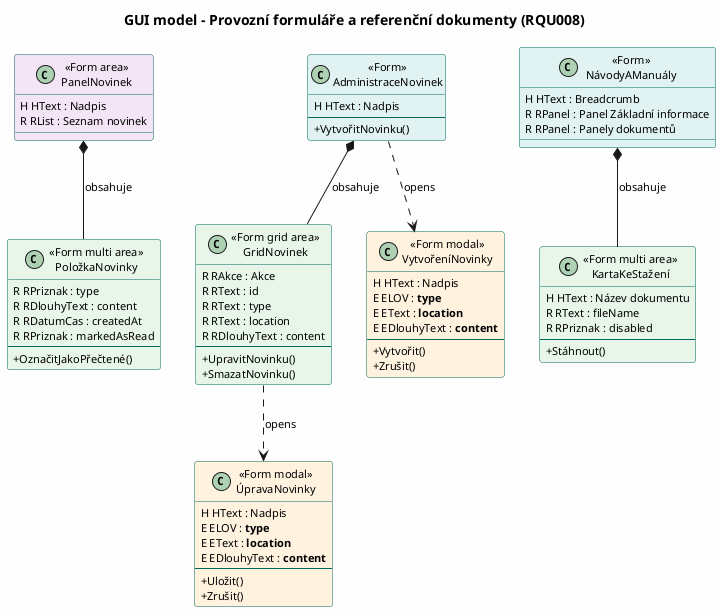
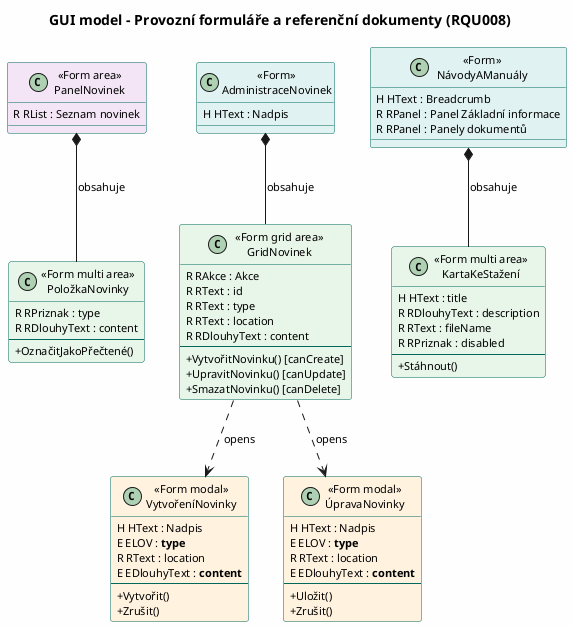
@startuml GUI_class_diagram
skinparam classAttributeIconSize 0
skinparam defaultFontName "Segoe UI"
skinparam defaultFontSize 11
skinparam classMinWidth 160
skinparam backgroundColor #FEFEFE
skinparam class {
  BackgroundColor #E0F2F1
  BorderColor #00695c
}

title GUI model – Provozní formuláře a referenční dokumenty (RQU008)

class "<<Form area>>\nPanelNovinek" as G001 [[#gui-G001]] #f3e5f5 {
-     H HText : Nadpis
    R RList : Seznam novinek
}

class "<<Form multi area>>\nPoložkaNovinky" as G002 [[#gui-G002]] #e8f5e9 {
    R RPriznak : type
    R RDlouhyText : content
-     R RDatumCas : createdAt
-     R RPriznak : markedAsRead
    --
    + OznačitJakoPřečtené()
}

class "<<Form>>\nAdministraceNovinek" as G003 [[#gui-G003]] {
    H HText : Nadpis
-     --
-     + VytvořitNovinku()
}

class "<<Form grid area>>\nGridNovinek" as G004 [[#gui-G004]] #e8f5e9 {
    R RAkce : Akce
    R RText : id
    R RText : type
    R RText : location
    R RDlouhyText : content
    --
-     + UpravitNovinku()
-     + SmazatNovinku()
+     + VytvořitNovinku() [canCreate]
+     + UpravitNovinku() [canUpdate]
+     + SmazatNovinku() [canDelete]
}

class "<<Form modal>>\nVytvořeníNovinky" as G005 [[#gui-G005]] #fff3e0 {
    H HText : Nadpis
    E ELOV : **type**
-     E EText : **location**
+     R RText : location
    E EDlouhyText : **content**
    --
    + Vytvořit()
    + Zrušit()
}

class "<<Form modal>>\nÚpravaNovinky" as G006 [[#gui-G006]] #fff3e0 {
    H HText : Nadpis
    E ELOV : **type**
-     E EText : **location**
+     R RText : location
    E EDlouhyText : **content**
    --
    + Uložit()
    + Zrušit()
}

class "<<Form>>\nNávodyAManuály" as G007 [[#gui-G007]] {
    H HText : Breadcrumb
    R RPanel : Panel Základní informace
    R RPanel : Panely dokumentů
}

class "<<Form multi area>>\nKartaKeStažení" as G008 [[#gui-G008]] #e8f5e9 {
-     H HText : Název dokumentu
+     H HText : title
+     R RDlouhyText : description
    R RText : fileName
    R RPriznak : disabled
    --
    + Stáhnout()
}

' Vnoření
G001 *-- G002 : obsahuje
G003 *-- G004 : obsahuje
G007 *-- G008 : obsahuje

' Modály
- G003 ..> G005 : opens
+ G004 ..> G005 : opens
G004 ..> G006 : opens

@enduml
